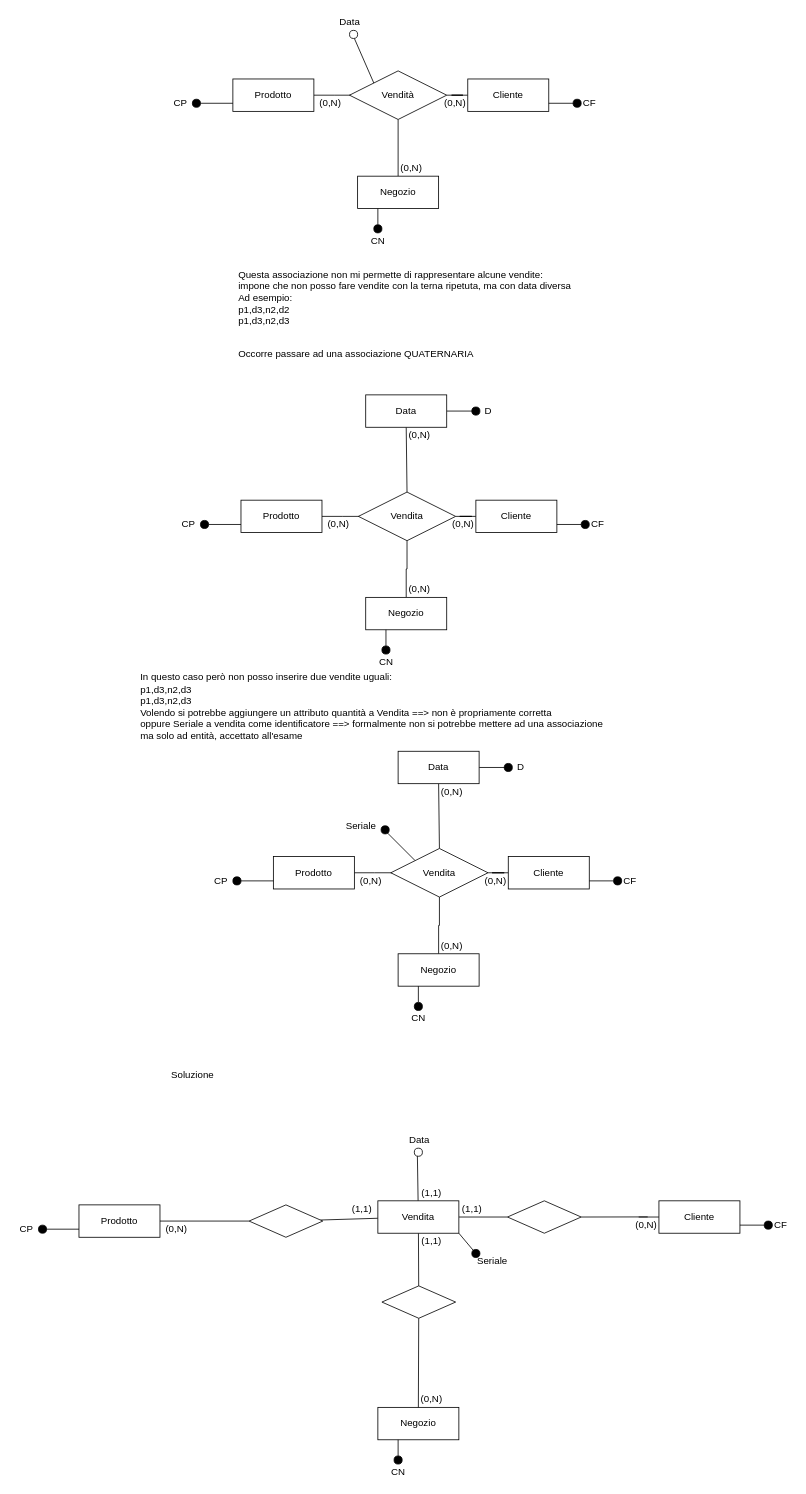
This is year_2/half_2/basi_di_dati/vendite.drawio from StayLode/university, a draw.io file, before an edit. Source tidied: cells renumbered, new cells numbered last; positions are measured from the earlier drawing's top-left corner, leaving out a move shared by most shapes. Both pictures are drawn from the tidied source at 81%, with x=0, y=0 at pixel (14, 14).
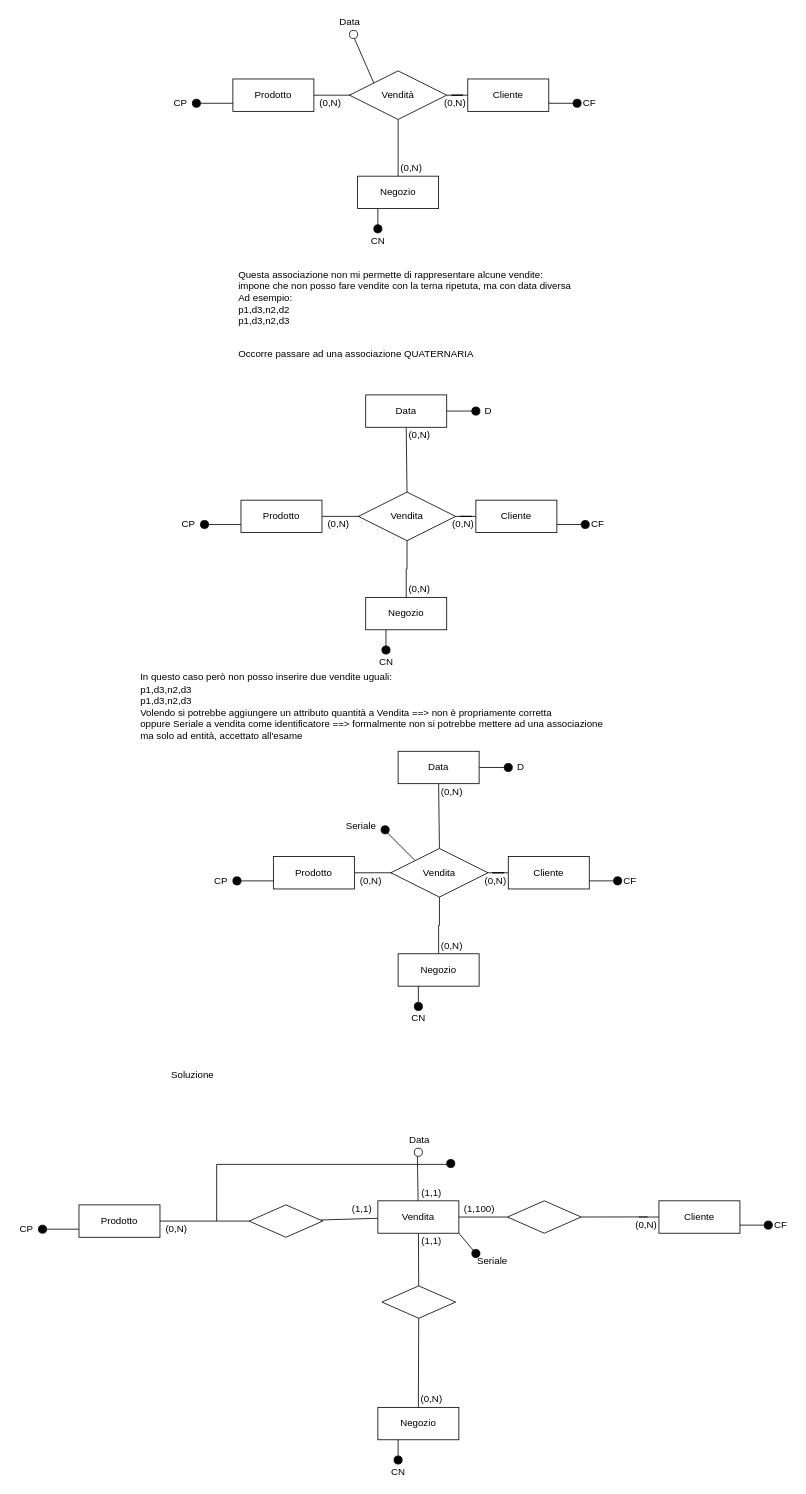
Above is the later version.

The edit, as a diff of the source:
```diff
@@
-    <mxCell id="111" value="(1,1)" style="text;html=1;align=center;verticalAlign=middle;" parent="1" vertex="1">
-      <mxGeometry x="545" y="1465" width="40" height="20" as="geometry" />
+    <mxCell id="111" value="(1,100)" style="text;html=1;align=center;verticalAlign=middle;" parent="1" vertex="1">
+      <mxGeometry x="549" y="1465" width="50" height="20" as="geometry" />
     </mxCell>
@@
+    <mxCell id="117" style="endArrow=none;html=1;rounded=0;" parent="1" edge="1">
+      <mxGeometry relative="1" as="geometry">
+        <mxPoint x="250" y="1490" as="sourcePoint" />
+        <mxPoint x="535" y="1420" as="targetPoint" />
+        <Array as="points">
+          <mxPoint x="250" y="1420" />
+        </Array>
+      </mxGeometry>
+    </mxCell>
+    <mxCell id="118" style="ellipse;whiteSpace=wrap;html=1;fillColor=#000000;" parent="1" vertex="1">
+      <mxGeometry x="534" y="1414" width="10" height="10" as="geometry" />
+    </mxCell>
```
